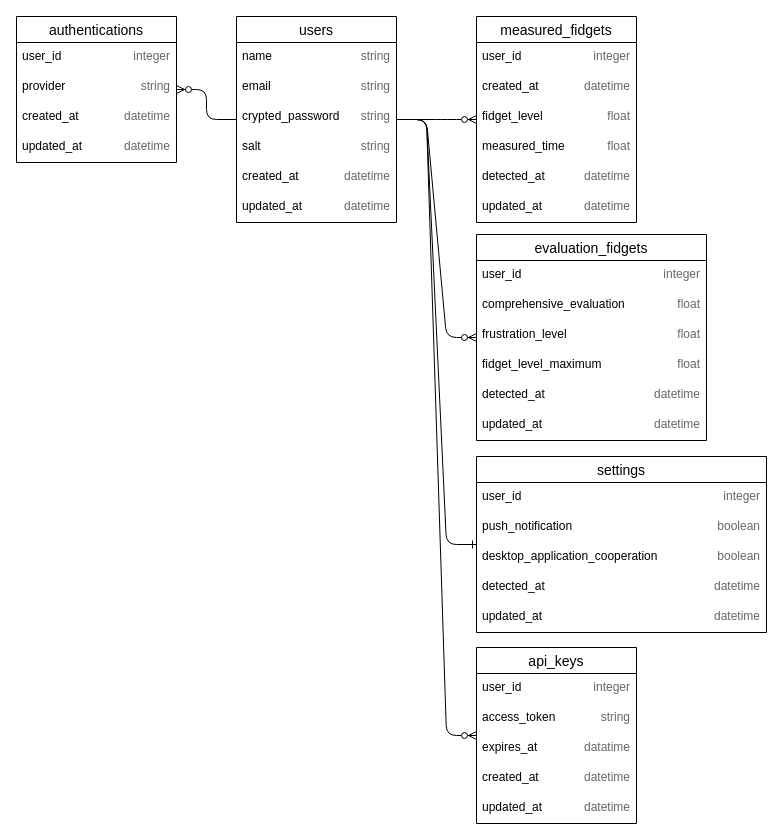
FukiHayashi/fidgeting_meter keeps this draw.io diagram as ER Diagram for fidgeting_meter.drawio. Above is the earlier version. Source tidied: cells renumbered, new cells numbered last; positions are measured from the earlier drawing's top-left corner, leaving out a move shared by most shapes. Both pictures are drawn from the tidied source at 100%, with x=0, y=0 at pixel (16, 16).
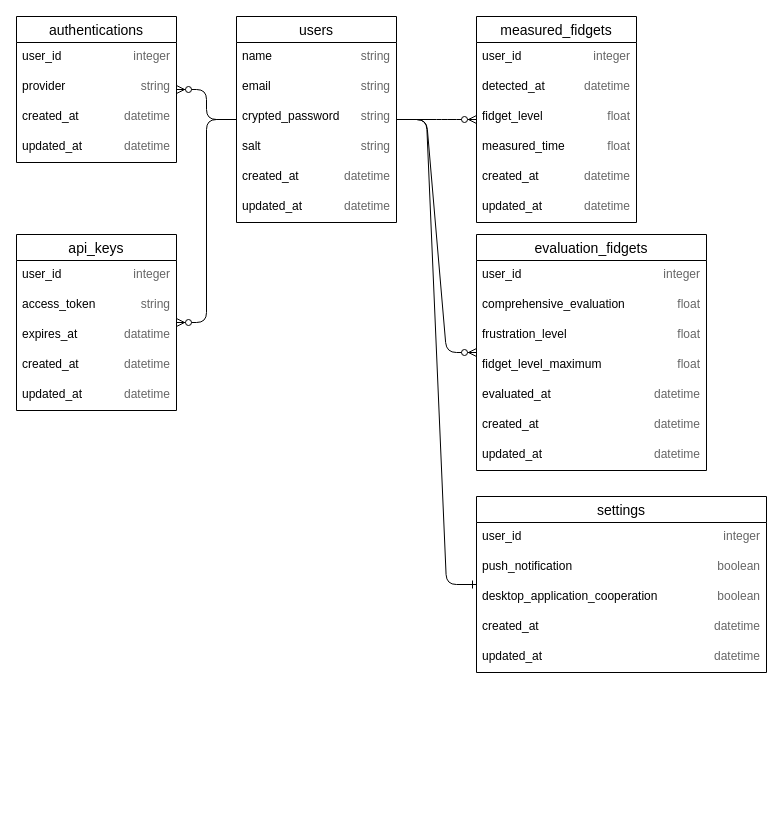
The same page after the edit.

Commit message:
edit:ER図 誤記修正、evaluation_fidgetsにevaluated_atを追加

Unchanged cells that the change refers to:
```xml
<mxCell id="25" style="group;" parent="21" vertex="1">
  <mxGeometry y="56" width="160" height="30" as="geometry" />
</mxCell>
<mxCell id="34" style="group;" parent="21" vertex="1">
  <mxGeometry y="146" width="160" height="30" as="geometry" />
</mxCell>
<mxCell id="86" style="group;" parent="76" vertex="1">
  <mxGeometry y="116" width="290" height="30" as="geometry" />
</mxCell>
```

Change to the diagram source:
```diff
@@
-    <mxCell id="26" value="created_at" style="text;strokeColor=none;fillColor=none;spacingLeft=4;spacingRight=4;overflow=hidden;fontSize=12;" parent="25" vertex="1">
+    <mxCell id="26" value="detected_at" style="text;strokeColor=none;fillColor=none;spacingLeft=4;spacingRight=4;overflow=hidden;fontSize=12;" parent="25" vertex="1">
       <mxGeometry width="100" height="30" as="geometry" />
     </mxCell>
@@
-    <mxCell id="35" value="detected_at" style="text;strokeColor=none;fillColor=none;spacingLeft=4;spacingRight=4;overflow=hidden;fontSize=12;" parent="34" vertex="1">
+    <mxCell id="35" value="created_at" style="text;strokeColor=none;fillColor=none;spacingLeft=4;spacingRight=4;overflow=hidden;fontSize=12;" parent="34" vertex="1">
       <mxGeometry width="100" height="30" as="geometry" />
     </mxCell>
@@
     <mxCell id="57" value="evaluation_fidgets" style="swimlane;fontStyle=0;horizontal=1;startSize=26;align=center;fontSize=14;" parent="1" vertex="1">
-      <mxGeometry x="460" y="218" width="230" height="206" as="geometry" />
+      <mxGeometry x="460" y="218" width="230" height="236" as="geometry" />
     </mxCell>
@@
+    <mxCell id="109" style="group;" parent="57" vertex="1">
+      <mxGeometry y="146" width="230" height="30" as="geometry" />
+    </mxCell>
+    <mxCell id="110" value="evaluated_at" style="text;strokeColor=none;fillColor=none;spacingLeft=4;spacingRight=4;overflow=hidden;fontSize=12;" parent="109" vertex="1">
+      <mxGeometry width="100" height="30" as="geometry" />
+    </mxCell>
+    <mxCell id="111" value="datetime" style="text;strokeColor=none;fillColor=none;spacingLeft=4;spacingRight=4;overflow=hidden;fontSize=12;align=right;fontColor=#666666;" parent="109" vertex="1">
+      <mxGeometry x="170" width="60" height="30" as="geometry" />
+    </mxCell>
     <mxCell id="70" style="group;" parent="57" vertex="1">
-      <mxGeometry y="146" width="230" height="30" as="geometry" />
+      <mxGeometry y="176" width="230" height="30" as="geometry" />
     </mxCell>
-    <mxCell id="71" value="detected_at" style="text;strokeColor=none;fillColor=none;spacingLeft=4;spacingRight=4;overflow=hidden;fontSize=12;" parent="70" vertex="1">
+    <mxCell id="71" value="created_at" style="text;strokeColor=none;fillColor=none;spacingLeft=4;spacingRight=4;overflow=hidden;fontSize=12;" parent="70" vertex="1">
       <mxGeometry width="100" height="30" as="geometry" />
     </mxCell>
@@
     <mxCell id="73" style="group;" parent="57" vertex="1">
-      <mxGeometry y="176" width="230" height="30" as="geometry" />
+      <mxGeometry y="206" width="230" height="30" as="geometry" />
     </mxCell>
@@
     <mxCell id="76" value="settings" style="swimlane;fontStyle=0;horizontal=1;startSize=26;align=center;fontSize=14;" parent="1" vertex="1">
-      <mxGeometry x="460" y="440" width="290" height="176" as="geometry" />
+      <mxGeometry x="460" y="480" width="290" height="176" as="geometry" />
     </mxCell>
@@
-    <mxCell id="87" value="detected_at" style="text;strokeColor=none;fillColor=none;spacingLeft=4;spacingRight=4;overflow=hidden;fontSize=12;" parent="86" vertex="1">
+    <mxCell id="87" value="created_at" style="text;strokeColor=none;fillColor=none;spacingLeft=4;spacingRight=4;overflow=hidden;fontSize=12;" parent="86" vertex="1">
       <mxGeometry width="100" height="30" as="geometry" />
     </mxCell>
@@
     <mxCell id="92" value="api_keys" style="swimlane;fontStyle=0;horizontal=1;startSize=26;align=center;fontSize=14;" parent="1" vertex="1">
-      <mxGeometry x="460" y="631" width="160" height="176" as="geometry" />
+      <mxGeometry y="218" width="160" height="176" as="geometry" />
     </mxCell>
```
